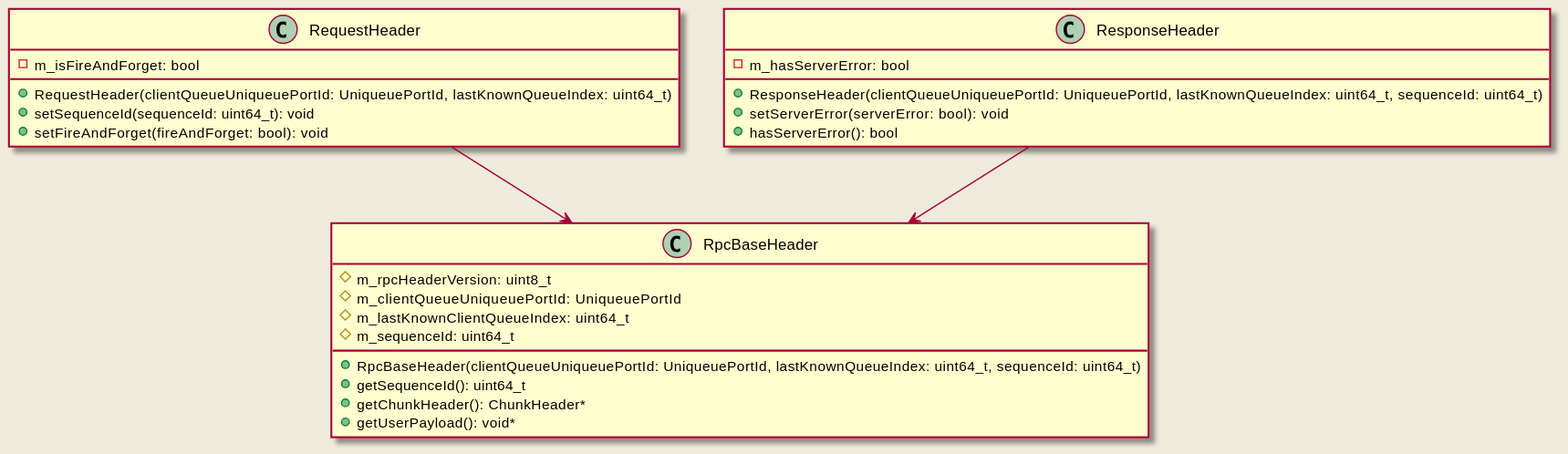
Before: doc/design/diagrams/request_response/request_response_header.svg, a diagram exported from PlantUML (eclipse-iceoryx/iceoryx). Its source is kept beside it as doc/design/diagrams/request_response/request_response_header.puml.
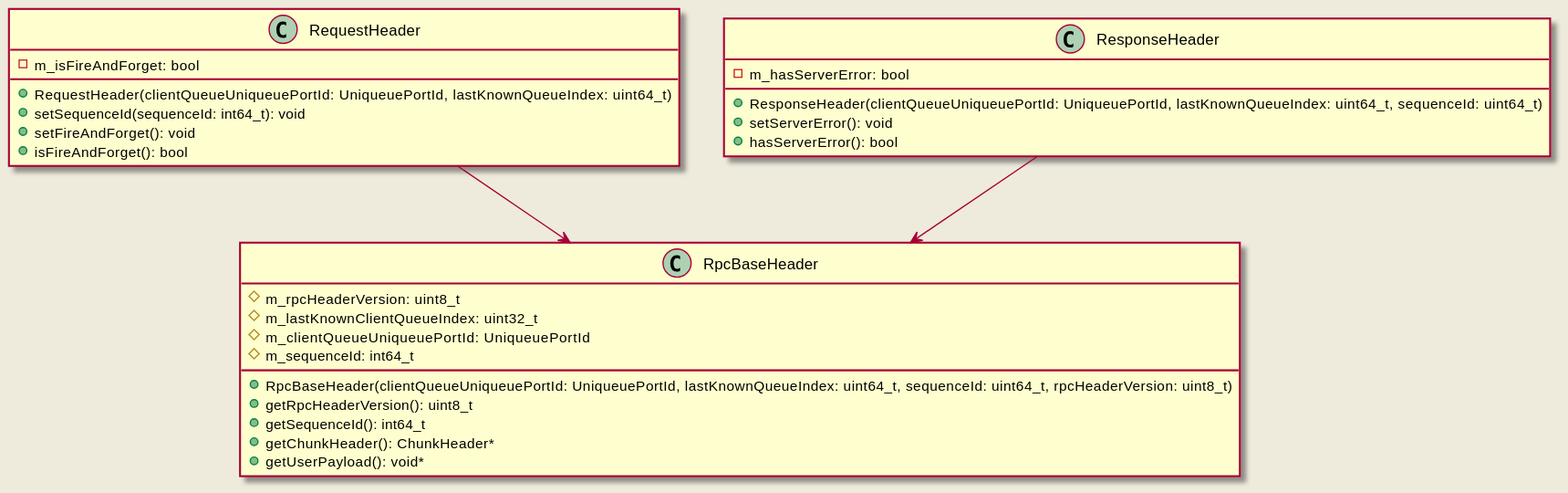
The same file after the commit.

Commit message:
iox-#27 Update UML documentation

Change to the diagram source:
```diff
@@ -2,26 +2,28 @@
 skinparam backgroundColor #EEEBDC
 
 class RpcBaseHeader {
-  + RpcBaseHeader(clientQueueUniqueuePortId: UniqueuePortId, lastKnownQueueIndex: uint64_t, sequenceId: uint64_t)
-  + getSequenceId(): uint64_t
+  + RpcBaseHeader(clientQueueUniqueuePortId: UniqueuePortId, lastKnownQueueIndex: uint64_t, sequenceId: uint64_t, rpcHeaderVersion: uint8_t)
+  + getRpcHeaderVersion(): uint8_t
+  + getSequenceId(): int64_t
   + getChunkHeader(): ChunkHeader*
   + getUserPayload(): void*
   # m_rpcHeaderVersion: uint8_t
+  # m_lastKnownClientQueueIndex: uint32_t
   # m_clientQueueUniqueuePortId: UniqueuePortId
-  # m_lastKnownClientQueueIndex: uint64_t
-  # m_sequenceId: uint64_t
+  # m_sequenceId: int64_t
 }
 
 class RequestHeader {
   + RequestHeader(clientQueueUniqueuePortId: UniqueuePortId, lastKnownQueueIndex: uint64_t)
-  + setSequenceId(sequenceId: uint64_t): void
-  + setFireAndForget(fireAndForget: bool): void
+  + setSequenceId(sequenceId: int64_t): void
+  + setFireAndForget(): void
+  + isFireAndForget(): bool
   - m_isFireAndForget: bool
 }
 
 class ResponseHeader {
   + ResponseHeader(clientQueueUniqueuePortId: UniqueuePortId, lastKnownQueueIndex: uint64_t, sequenceId: uint64_t)
-  + setServerError(serverError: bool): void
+  + setServerError(): void
   + hasServerError(): bool
   - m_hasServerError: bool
 }
```
